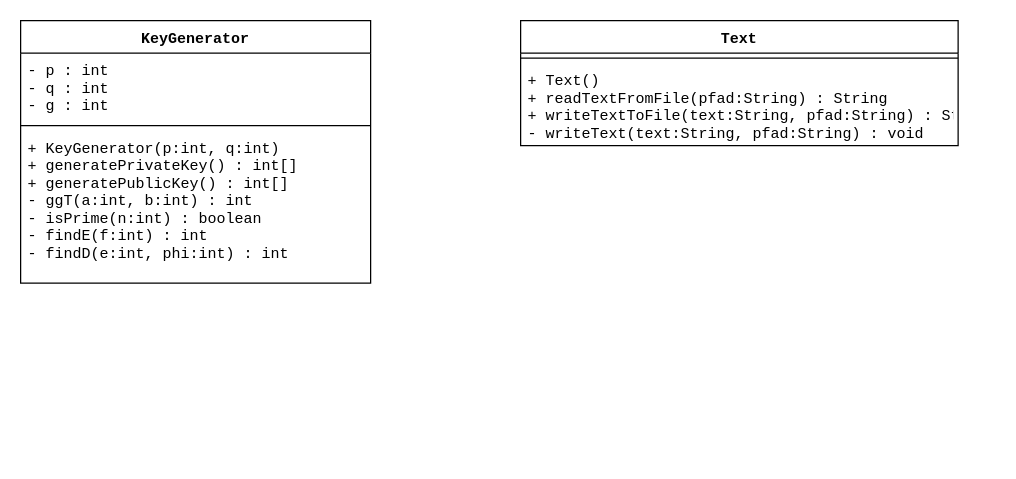
Earlier version of the draw.io diagram Unbenanntes Diagramm.drawio (mattipunkt/oop_3.7). Source tidied: cells renumbered, new cells numbered last; positions are measured from the earlier drawing's top-left corner, leaving out a move shared by most shapes. Both pictures are drawn from the tidied source at 125%, with x=0, y=0 at pixel (20, 20).
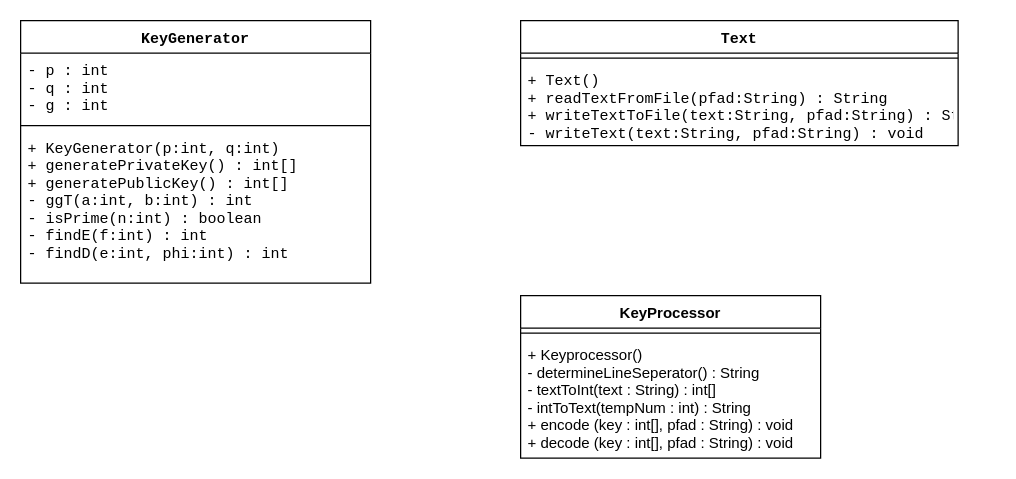
After the change.

Commit message (it also covers changes not shown here):
fixed array out of bounds exception

The edit, as a diff of the source:
```diff
@@
 <mxGraphModel>
   <root>
     <mxCell id="0" />
     <mxCell id="1" parent="0" />
     <mxCell id="2" value="KeyGenerator" style="swimlane;fontStyle=1;align=center;verticalAlign=top;horizontal=1;startSize=26;fontFamily=Courier New;" parent="1" vertex="1">
       <mxGeometry width="280" height="210" as="geometry" />
     </mxCell>
     <mxCell id="3" value="- p : int&#10;- q : int&#10;- g : int" style="text;strokeColor=none;fillColor=none;align=left;verticalAlign=top;spacingLeft=4;spacingRight=4;overflow=hidden;fontFamily=Courier New;" parent="2" vertex="1">
       <mxGeometry y="26" width="280" height="54" as="geometry" />
     </mxCell>
     <mxCell id="4" style="line;strokeWidth=1;fillColor=none;align=left;verticalAlign=middle;spacingTop=-1;spacingLeft=3;spacingRight=3;labelPosition=right;strokeColor=inherit;fontFamily=Courier New;" parent="2" vertex="1">
       <mxGeometry y="80" width="280" height="8" as="geometry" />
     </mxCell>
     <mxCell id="5" value="+ KeyGenerator(p:int, q:int)&#10;+ generatePrivateKey() : int[]&#10;+ generatePublicKey() : int[]&#10;- ggT(a:int, b:int) : int&#10;- isPrime(n:int) : boolean&#10;- findE(f:int) : int&#10;- findD(e:int, phi:int) : int" style="text;strokeColor=none;fillColor=none;align=left;verticalAlign=top;spacingLeft=4;spacingRight=4;overflow=hidden;fontFamily=Courier New;" parent="2" vertex="1">
       <mxGeometry y="88" width="280" height="122" as="geometry" />
     </mxCell>
     <mxCell id="6" value="Text" style="swimlane;fontStyle=1;align=center;verticalAlign=top;horizontal=1;startSize=26;fontFamily=Courier New;" parent="1" vertex="1">
       <mxGeometry x="400" width="350" height="100" as="geometry" />
     </mxCell>
     <mxCell id="7" style="line;strokeWidth=1;fillColor=none;align=left;verticalAlign=middle;spacingTop=-1;spacingLeft=3;spacingRight=3;labelPosition=right;strokeColor=inherit;fontFamily=Courier New;" parent="6" vertex="1">
       <mxGeometry y="26" width="350" height="8" as="geometry" />
     </mxCell>
     <mxCell id="8" value="+ Text()&#10;+ readTextFromFile(pfad:String) : String&#10;+ writeTextToFile(text:String, pfad:String) : String&#10;- writeText(text:String, pfad:String) : void" style="text;strokeColor=none;fillColor=none;align=left;verticalAlign=top;spacingLeft=4;spacingRight=4;overflow=hidden;fontFamily=Courier New;" parent="6" vertex="1">
       <mxGeometry y="34" width="350" height="66" as="geometry" />
     </mxCell>
+    <mxCell id="9" value="KeyProcessor" style="swimlane;fontStyle=1;align=center;verticalAlign=top;horizontal=1;startSize=26;" parent="1" vertex="1">
+      <mxGeometry x="400" y="220" width="240" height="130" as="geometry" />
+    </mxCell>
+    <mxCell id="10" style="line;strokeWidth=1;fillColor=none;align=left;verticalAlign=middle;spacingTop=-1;spacingLeft=3;spacingRight=3;labelPosition=right;strokeColor=inherit;" parent="9" vertex="1">
+      <mxGeometry y="26" width="240" height="8" as="geometry" />
+    </mxCell>
+    <mxCell id="11" value="+ Keyprocessor()&#10;- determineLineSeperator() : String&#10;- textToInt(text : String) : int[]&#10;- intToText(tempNum : int) : String&#10;+ encode (key : int[], pfad : String) : void&#10;+ decode (key : int[], pfad : String) : void&#10; " style="text;strokeColor=none;fillColor=none;align=left;verticalAlign=top;spacingLeft=4;spacingRight=4;overflow=hidden;" parent="9" vertex="1">
+      <mxGeometry y="34" width="240" height="96" as="geometry" />
+    </mxCell>
   </root>
 </mxGraphModel>
```
